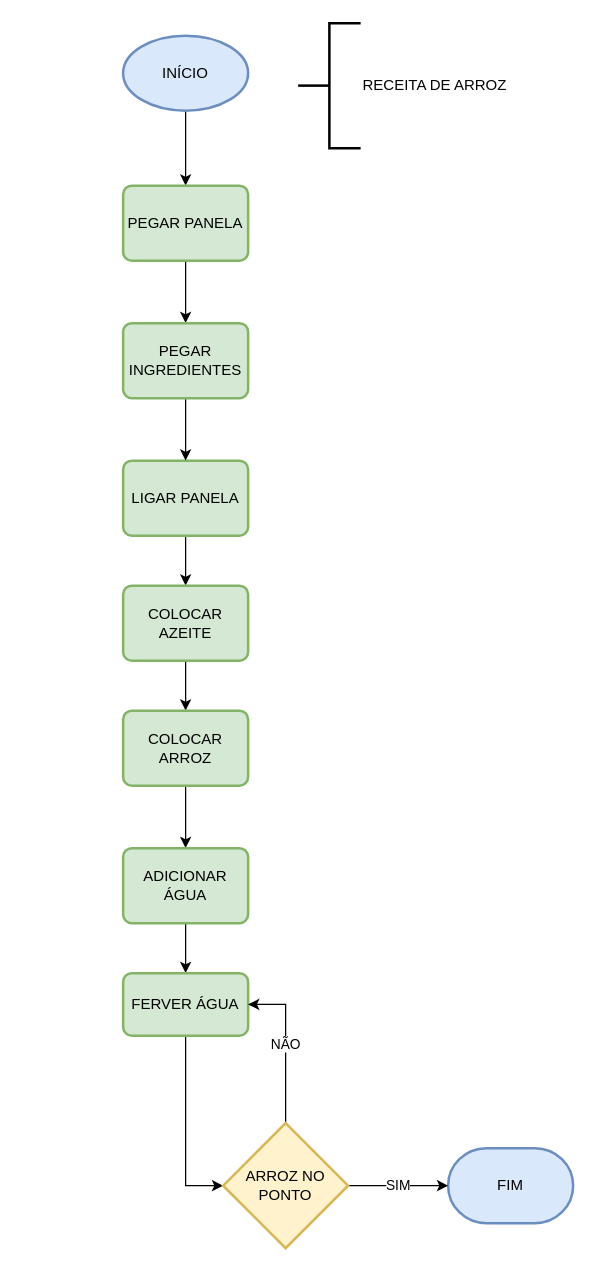
Earlier version of the draw.io diagram 4/Trocar Pneu.drawio (Davi-Archive/diagramas). Source tidied: cells renumbered, new cells numbered last; positions are measured from the earlier drawing's top-left corner, leaving out a move shared by most shapes. Both pictures are drawn from the tidied source at 125%, with x=0, y=0 at pixel (122, 22).
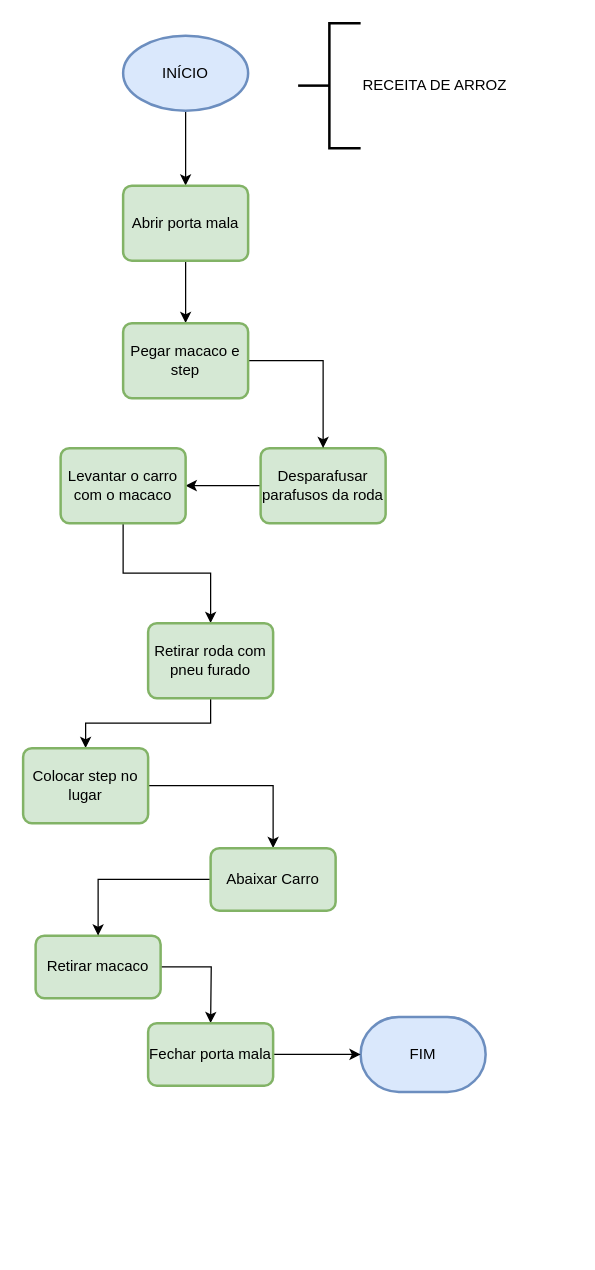
The same page after the edit.

Change to the diagram source:
```diff
@@
-    <mxCell id="5" value="PEGAR PANELA" style="rounded=1;whiteSpace=wrap;html=1;absoluteArcSize=1;arcSize=14;strokeWidth=2;fillColor=#d5e8d4;strokeColor=#82b366;" parent="1" vertex="1">
+    <mxCell id="5" value="Abrir porta mala" style="rounded=1;whiteSpace=wrap;html=1;absoluteArcSize=1;arcSize=14;strokeWidth=2;fillColor=#d5e8d4;strokeColor=#82b366;" parent="1" vertex="1">
       <mxGeometry y="130" width="100" height="60" as="geometry" />
     </mxCell>
@@
-    <mxCell id="7" value="LIGAR PANELA" style="rounded=1;whiteSpace=wrap;html=1;absoluteArcSize=1;arcSize=14;strokeWidth=2;fillColor=#d5e8d4;strokeColor=#82b366;" parent="1" vertex="1">
-      <mxGeometry y="350" width="100" height="60" as="geometry" />
+    <mxCell id="7" value="Desparafusar parafusos da roda" style="rounded=1;whiteSpace=wrap;html=1;absoluteArcSize=1;arcSize=14;strokeWidth=2;fillColor=#d5e8d4;strokeColor=#82b366;" parent="1" vertex="1">
+      <mxGeometry x="110" y="340" width="100" height="60" as="geometry" />
     </mxCell>
@@
-    <mxCell id="10" value="PEGAR INGREDIENTES" style="rounded=1;whiteSpace=wrap;html=1;absoluteArcSize=1;arcSize=14;strokeWidth=2;fillColor=#d5e8d4;strokeColor=#82b366;" parent="1" vertex="1">
+    <mxCell id="10" value="Pegar macaco e step" style="rounded=1;whiteSpace=wrap;html=1;absoluteArcSize=1;arcSize=14;strokeWidth=2;fillColor=#d5e8d4;strokeColor=#82b366;" parent="1" vertex="1">
       <mxGeometry y="240" width="100" height="60" as="geometry" />
     </mxCell>
@@
-    <mxCell id="12" value="COLOCAR AZEITE" style="rounded=1;whiteSpace=wrap;html=1;absoluteArcSize=1;arcSize=14;strokeWidth=2;fillColor=#d5e8d4;strokeColor=#82b366;" parent="1" vertex="1">
-      <mxGeometry y="450" width="100" height="60" as="geometry" />
+    <mxCell id="12" value="Levantar o carro com o macaco" style="rounded=1;whiteSpace=wrap;html=1;absoluteArcSize=1;arcSize=14;strokeWidth=2;fillColor=#d5e8d4;strokeColor=#82b366;" parent="1" vertex="1">
+      <mxGeometry x="-50" y="340" width="100" height="60" as="geometry" />
     </mxCell>
@@
-    <mxCell id="14" value="COLOCAR ARROZ" style="rounded=1;whiteSpace=wrap;html=1;absoluteArcSize=1;arcSize=14;strokeWidth=2;fillColor=#d5e8d4;strokeColor=#82b366;" parent="1" vertex="1">
-      <mxGeometry y="550" width="100" height="60" as="geometry" />
+    <mxCell id="14" value="Retirar roda com pneu furado" style="rounded=1;whiteSpace=wrap;html=1;absoluteArcSize=1;arcSize=14;strokeWidth=2;fillColor=#d5e8d4;strokeColor=#82b366;" parent="1" vertex="1">
+      <mxGeometry x="20" y="480" width="100" height="60" as="geometry" />
     </mxCell>
-    <mxCell id="15" style="edgeStyle=orthogonalEdgeStyle;rounded=0;jettySize=auto;html=1;" parent="1" edge="1" source="16" target="19">
-      <mxGeometry relative="1" as="geometry" />
-    </mxCell>
+    <mxCell id="23" style="edgeStyle=orthogonalEdgeStyle;rounded=0;jettySize=auto;html=1;" parent="1" edge="1" source="16" target="25">
+      <mxGeometry relative="1" as="geometry" />
+    </mxCell>
-    <mxCell id="16" value="ADICIONAR ÁGUA" style="rounded=1;whiteSpace=wrap;html=1;absoluteArcSize=1;arcSize=14;strokeWidth=2;fillColor=#d5e8d4;strokeColor=#82b366;" parent="1" vertex="1">
-      <mxGeometry y="660" width="100" height="60" as="geometry" />
+    <mxCell id="16" value="Colocar step no lugar" style="rounded=1;whiteSpace=wrap;html=1;absoluteArcSize=1;arcSize=14;strokeWidth=2;fillColor=#d5e8d4;strokeColor=#82b366;" parent="1" vertex="1">
+      <mxGeometry x="-80" y="580" width="100" height="60" as="geometry" />
     </mxCell>
     <mxCell id="17" value="FIM" style="strokeWidth=2;html=1;shape=mxgraph.flowchart.terminator;whiteSpace=wrap;fillColor=#dae8fc;strokeColor=#6c8ebf;" parent="1" vertex="1">
-      <mxGeometry x="260" y="900" width="100" height="60" as="geometry" />
+      <mxGeometry x="190" y="795" width="100" height="60" as="geometry" />
     </mxCell>
-    <mxCell id="18" style="edgeStyle=orthogonalEdgeStyle;rounded=0;jettySize=auto;html=1;entryX=0;entryY=0.5;entryDx=0;entryDy=0;entryPerimeter=0;" parent="1" edge="1" source="19" target="22">
-      <mxGeometry relative="1" as="geometry" />
+    <mxCell id="18" style="edgeStyle=orthogonalEdgeStyle;rounded=0;jettySize=auto;html=1;entryX=0;entryY=0.5;entryDx=0;entryDy=0;entryPerimeter=0;" parent="1" edge="1" source="19">
+      <mxGeometry relative="1" as="geometry">
+        <mxPoint x="70" y="800" as="targetPoint" />
+      </mxGeometry>
     </mxCell>
-    <mxCell id="19" value="FERVER ÁGUA" style="whiteSpace=wrap;html=1;fillColor=#d5e8d4;strokeColor=#82b366;rounded=1;arcSize=14;strokeWidth=2;" parent="1" vertex="1">
-      <mxGeometry y="760" width="100" height="50" as="geometry" />
+    <mxCell id="19" value="Retirar macaco" style="whiteSpace=wrap;html=1;fillColor=#d5e8d4;strokeColor=#82b366;rounded=1;arcSize=14;strokeWidth=2;" parent="1" vertex="1">
+      <mxGeometry x="-70" y="730" width="100" height="50" as="geometry" />
     </mxCell>
-    <mxCell id="20" value="SIM" style="edgeStyle=orthogonalEdgeStyle;rounded=0;jettySize=auto;html=1;" parent="1" edge="1" source="22" target="17">
-      <mxGeometry relative="1" as="geometry" />
-    </mxCell>
-    <mxCell id="21" value="NÃO" style="edgeStyle=orthogonalEdgeStyle;rounded=0;jettySize=auto;html=1;entryX=1;entryY=0.5;entryDx=0;entryDy=0;" parent="1" edge="1" source="22" target="19">
-      <mxGeometry relative="1" as="geometry" />
-    </mxCell>
-    <mxCell id="22" value="ARROZ NO PONTO" style="strokeWidth=2;html=1;shape=mxgraph.flowchart.decision;whiteSpace=wrap;fillColor=#fff2cc;strokeColor=#d6b656;" parent="1" vertex="1">
-      <mxGeometry x="80" y="880" width="100" height="100" as="geometry" />
-    </mxCell>
+    <mxCell id="24" style="edgeStyle=orthogonalEdgeStyle;rounded=0;jettySize=auto;html=1;entryX=0.5;entryY=0;entryDx=0;entryDy=0;" parent="1" edge="1" source="25" target="19">
+      <mxGeometry relative="1" as="geometry" />
+    </mxCell>
+    <mxCell id="25" value="Abaixar Carro" style="whiteSpace=wrap;html=1;fillColor=#d5e8d4;strokeColor=#82b366;rounded=1;arcSize=14;strokeWidth=2;" parent="1" vertex="1">
+      <mxGeometry x="70" y="660" width="100" height="50" as="geometry" />
+    </mxCell>
+    <mxCell id="26" style="edgeStyle=orthogonalEdgeStyle;rounded=0;jettySize=auto;html=1;" parent="1" edge="1" source="27" target="17">
+      <mxGeometry relative="1" as="geometry" />
+    </mxCell>
+    <mxCell id="27" value="Fechar porta mala" style="whiteSpace=wrap;html=1;fillColor=#d5e8d4;strokeColor=#82b366;rounded=1;arcSize=14;strokeWidth=2;" parent="1" vertex="1">
+      <mxGeometry x="20" y="800" width="100" height="50" as="geometry" />
+    </mxCell>
```
